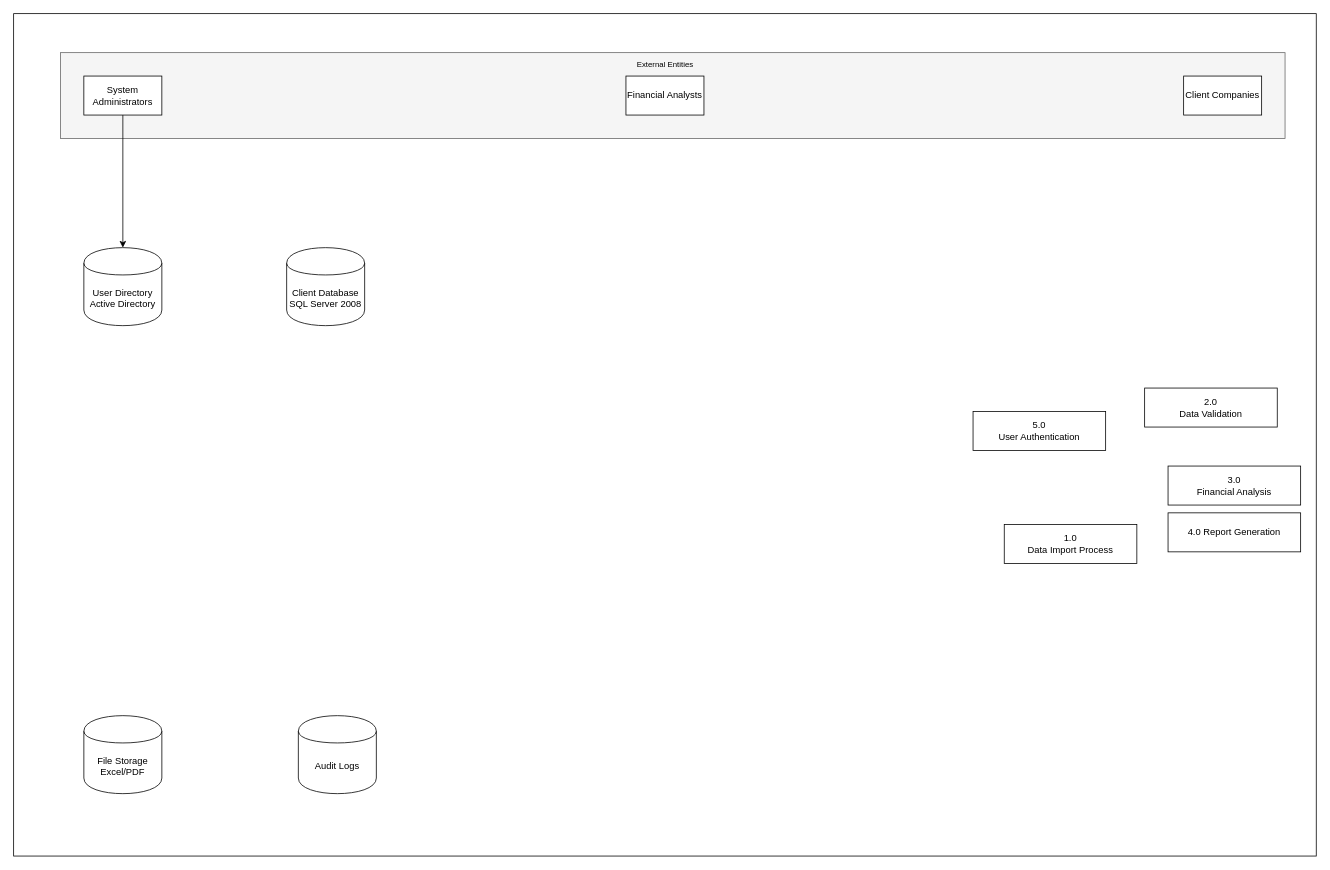
mmdc-j-abejo/draw keeps this draw.io diagram as DFD_Finmarkz.drawio. Above is the earlier version. Source tidied: cells renumbered, new cells numbered last; positions are measured from the earlier drawing's top-left corner, leaving out a move shared by most shapes. Both pictures are drawn from the tidied source at 78%, with x=0, y=0 at pixel (13, 13).
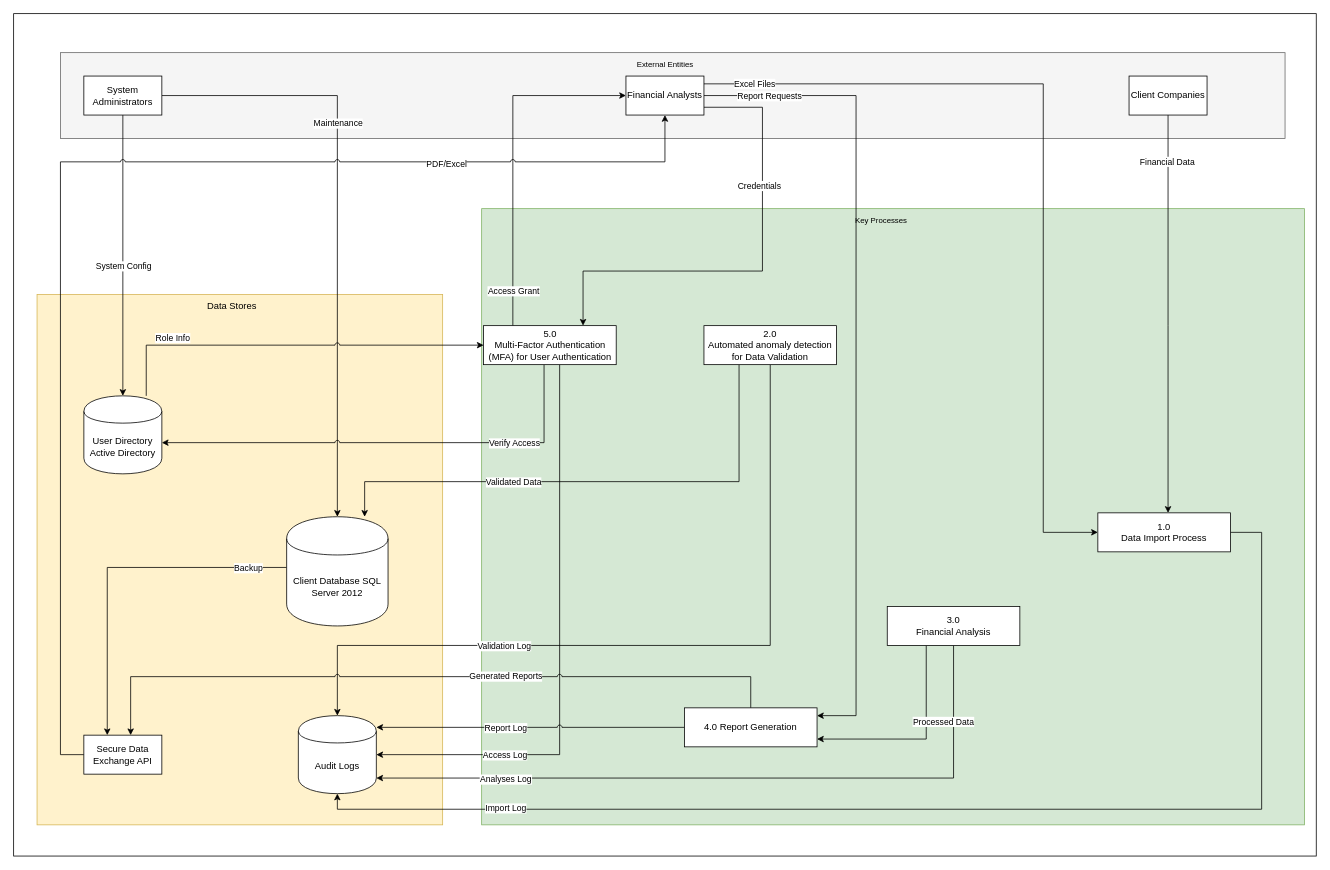
The same page after the edit.

Unchanged cells that the change refers to:
```xml
<mxCell id="4" style="edgeStyle=orthogonalEdgeStyle;rounded=0;jettySize=auto;html=1;" parent="1" edge="1" source="5" target="14">
  <mxGeometry relative="1" as="geometry" />
</mxCell>
<mxCell id="5" value="System Administrators" style="html=1;dashed=0;whiteSpace=wrap;" parent="1" vertex="1">
  <mxGeometry x="90" y="80" width="100" height="50" as="geometry" />
</mxCell>
<mxCell id="6" value="Financial Analysts" style="html=1;dashed=0;whiteSpace=wrap;" parent="1" vertex="1">
  <mxGeometry x="785" y="80" width="100" height="50" as="geometry" />
</mxCell>
<mxCell id="17" value="Audit Logs" style="shape=cylinder;whiteSpace=wrap;html=1;boundedLbl=1;backgroundOutline=1;" parent="1" vertex="1">
  <mxGeometry x="365" y="900" width="100" height="100" as="geometry" />
</mxCell>
```

Change to the diagram source:
```diff
@@
+    <mxCell id="18" style="html=1;dashed=0;whiteSpace=wrap;fillColor=#d5e8d4;strokeColor=#82b366;" parent="1" vertex="1">
+      <mxGeometry x="600" y="250" width="1055" height="790" as="geometry" />
+    </mxCell>
@@
+    <mxCell id="19" style="html=1;dashed=0;whiteSpace=wrap;fillColor=#fff2cc;strokeColor=#d6b656;" parent="1" vertex="1">
+      <mxGeometry x="30" y="360" width="520" height="680" as="geometry" />
+    </mxCell>
@@
+    <mxCell id="20" value="System Config" style="edgeLabel;html=1;align=center;verticalAlign=middle;" parent="4" vertex="1">
+      <mxGeometry x="0.07" relative="1" as="geometry" />
+    </mxCell>
+    <mxCell id="21" style="edgeStyle=orthogonalEdgeStyle;rounded=0;jettySize=auto;html=1;" parent="1" edge="1" source="5" target="15">
+      <mxGeometry relative="1" as="geometry" />
+    </mxCell>
+    <mxCell id="22" value="Maintenance" style="edgeLabel;html=1;align=center;verticalAlign=middle;" parent="21" vertex="1">
+      <mxGeometry x="-0.32" relative="1" as="geometry" />
+    </mxCell>
@@
+    <mxCell id="23" style="edgeStyle=orthogonalEdgeStyle;rounded=0;jettySize=auto;html=1;" parent="1" edge="1" source="6" target="9">
+      <mxGeometry relative="1" as="geometry">
+        <Array as="points">
+          <mxPoint x="960" y="120" />
+          <mxPoint x="960" y="330" />
+          <mxPoint x="730" y="330" />
+        </Array>
+      </mxGeometry>
+    </mxCell>
+    <mxCell id="24" value="Credentials" style="edgeLabel;html=1;align=center;verticalAlign=middle;" parent="23" vertex="1">
+      <mxGeometry x="0.19" y="1" relative="1" as="geometry">
+        <mxPoint x="58" y="-111" as="offset" />
+      </mxGeometry>
+    </mxCell>
+    <mxCell id="25" style="edgeStyle=orthogonalEdgeStyle;rounded=0;jettySize=auto;html=1;" parent="1" edge="1" source="6" target="13">
+      <mxGeometry relative="1" as="geometry">
+        <Array as="points">
+          <mxPoint x="1080" y="105" />
+          <mxPoint x="1080" y="900" />
+        </Array>
+      </mxGeometry>
+    </mxCell>
+    <mxCell id="26" value="Report Requests" style="edgeLabel;html=1;align=center;verticalAlign=middle;" parent="25" vertex="1">
+      <mxGeometry x="-0.84" relative="1" as="geometry" />
+    </mxCell>
@@
+    <mxCell id="27" style="edgeStyle=orthogonalEdgeStyle;rounded=0;jettySize=auto;html=1;" parent="1" edge="1" source="7" target="11">
+      <mxGeometry relative="1" as="geometry">
+        <Array as="points">
+          <mxPoint x="1480" y="400" />
+          <mxPoint x="1480" y="400" />
+        </Array>
+      </mxGeometry>
+    </mxCell>
+    <mxCell id="28" value="Financial Data" style="edgeLabel;html=1;align=center;verticalAlign=middle;" parent="27" vertex="1">
+      <mxGeometry x="-0.37" y="-2" relative="1" as="geometry">
+        <mxPoint y="-102" as="offset" />
+      </mxGeometry>
+    </mxCell>
+    <mxCell id="29" style="edgeStyle=orthogonalEdgeStyle;rounded=0;jettySize=auto;html=1;" parent="1" edge="1" source="6" target="11">
+      <mxGeometry relative="1" as="geometry">
+        <Array as="points">
+          <mxPoint x="1320" y="90" />
+          <mxPoint x="1320" y="665" />
+        </Array>
+      </mxGeometry>
+    </mxCell>
+    <mxCell id="30" value="Excel Files" style="edgeLabel;html=1;align=center;verticalAlign=middle;" parent="29" vertex="1">
+      <mxGeometry x="-0.66" y="1" relative="1" as="geometry">
+        <mxPoint x="-120" as="offset" />
+      </mxGeometry>
+    </mxCell>
     <mxCell id="7" value="Client Companies" style="html=1;dashed=0;whiteSpace=wrap;" parent="1" vertex="1">
-      <mxGeometry x="1500" y="80" width="100" height="50" as="geometry" />
+      <mxGeometry x="1430" y="80" width="100" height="50" as="geometry" />
     </mxCell>
@@
+    <mxCell id="31" style="edgeStyle=orthogonalEdgeStyle;rounded=0;jettySize=auto;html=1;" parent="1" edge="1" source="9" target="6">
+      <mxGeometry relative="1" as="geometry">
+        <Array as="points">
+          <mxPoint x="640" y="105" />
+        </Array>
+      </mxGeometry>
+    </mxCell>
+    <mxCell id="32" value="Access Grant" style="edgeLabel;html=1;align=center;verticalAlign=middle;" parent="31" vertex="1">
+      <mxGeometry x="-0.48" y="1" relative="1" as="geometry">
+        <mxPoint x="1" y="69" as="offset" />
+      </mxGeometry>
+    </mxCell>
+    <mxCell id="33" style="edgeStyle=orthogonalEdgeStyle;rounded=0;jettySize=auto;html=1;jumpStyle=arc;" parent="1" edge="1" source="9" target="14">
+      <mxGeometry relative="1" as="geometry">
+        <Array as="points">
+          <mxPoint x="680" y="550" />
+        </Array>
+      </mxGeometry>
+    </mxCell>
+    <mxCell id="34" value="Verify Access" style="edgeLabel;html=1;align=center;verticalAlign=middle;" parent="33" vertex="1">
+      <mxGeometry x="0.09" y="-2" relative="1" as="geometry">
+        <mxPoint x="183" y="2" as="offset" />
+      </mxGeometry>
+    </mxCell>
+    <mxCell id="35" style="edgeStyle=orthogonalEdgeStyle;rounded=0;jettySize=auto;html=1;jumpStyle=arc;" parent="1" edge="1" source="9" target="17">
+      <mxGeometry relative="1" as="geometry">
+        <Array as="points">
+          <mxPoint x="700" y="950" />
+        </Array>
+      </mxGeometry>
+    </mxCell>
+    <mxCell id="36" value="Access Log" style="edgeLabel;html=1;align=center;verticalAlign=middle;" parent="35" vertex="1">
+      <mxGeometry x="0.58" y="-4" relative="1" as="geometry">
+        <mxPoint x="10" y="4" as="offset" />
+      </mxGeometry>
+    </mxCell>
-    <mxCell id="9" value="5.0&lt;br&gt;User Authentication" style="html=1;dashed=0;whiteSpace=wrap;" parent="1" vertex="1">
-      <mxGeometry x="1230" y="510" width="170" height="50" as="geometry" />
+    <mxCell id="9" value="5.0&lt;br&gt;Multi-Factor Authentication (MFA) for User Authentication" style="html=1;dashed=0;whiteSpace=wrap;" parent="1" vertex="1">
+      <mxGeometry x="602.5" y="400" width="170" height="50" as="geometry" />
     </mxCell>
+    <mxCell id="37" style="edgeStyle=orthogonalEdgeStyle;rounded=0;jettySize=auto;html=1;" parent="1" edge="1" source="10" target="15">
+      <mxGeometry relative="1" as="geometry">
+        <Array as="points">
+          <mxPoint x="930" y="600" />
+          <mxPoint x="450" y="600" />
+        </Array>
+      </mxGeometry>
+    </mxCell>
+    <mxCell id="38" value="Validated Data" style="edgeLabel;html=1;align=center;verticalAlign=middle;" parent="37" vertex="1">
+      <mxGeometry x="-0.05" y="-3" relative="1" as="geometry">
+        <mxPoint x="-119" y="3" as="offset" />
+      </mxGeometry>
+    </mxCell>
+    <mxCell id="39" style="edgeStyle=orthogonalEdgeStyle;rounded=0;jettySize=auto;html=1;" parent="1" edge="1" source="10" target="17">
+      <mxGeometry relative="1" as="geometry">
+        <Array as="points">
+          <mxPoint x="970" y="810" />
+          <mxPoint x="415" y="810" />
+        </Array>
+      </mxGeometry>
+    </mxCell>
+    <mxCell id="40" value="Validation Log" style="edgeLabel;html=1;align=center;verticalAlign=middle;" parent="39" vertex="1">
+      <mxGeometry x="0.11" y="-1" relative="1" as="geometry">
+        <mxPoint x="-144" y="1" as="offset" />
+      </mxGeometry>
+    </mxCell>
-    <mxCell id="10" value="2.0&lt;br&gt;Data Validation" style="html=1;dashed=0;whiteSpace=wrap;" parent="1" vertex="1">
-      <mxGeometry x="1450" y="480" width="170" height="50" as="geometry" />
+    <mxCell id="10" value="2.0&lt;br&gt;Automated anomaly detection for Data Validation" style="html=1;dashed=0;whiteSpace=wrap;" parent="1" vertex="1">
+      <mxGeometry x="885" y="400" width="170" height="50" as="geometry" />
     </mxCell>
+    <mxCell id="41" style="edgeStyle=orthogonalEdgeStyle;rounded=0;jettySize=auto;html=1;" parent="1" edge="1" source="11" target="17">
+      <mxGeometry relative="1" as="geometry">
+        <Array as="points">
+          <mxPoint x="1600" y="665" />
+          <mxPoint x="1600" y="1020" />
+          <mxPoint x="415" y="1020" />
+        </Array>
+      </mxGeometry>
+    </mxCell>
+    <mxCell id="42" value="Import Log" style="edgeLabel;html=1;align=center;verticalAlign=middle;" parent="41" vertex="1">
+      <mxGeometry x="-0.81" y="-3" relative="1" as="geometry">
+        <mxPoint x="-967" y="241" as="offset" />
+      </mxGeometry>
+    </mxCell>
     <mxCell id="11" value="1.0&lt;br&gt;Data Import Process" style="html=1;dashed=0;whiteSpace=wrap;" parent="1" vertex="1">
-      <mxGeometry x="1270" y="655" width="170" height="50" as="geometry" />
+      <mxGeometry x="1390" y="640" width="170" height="50" as="geometry" />
     </mxCell>
+    <mxCell id="43" style="edgeStyle=orthogonalEdgeStyle;rounded=0;jettySize=auto;html=1;" parent="1" edge="1" source="12" target="17">
+      <mxGeometry relative="1" as="geometry">
+        <Array as="points">
+          <mxPoint x="1205" y="980" />
+        </Array>
+      </mxGeometry>
+    </mxCell>
+    <mxCell id="44" value="Analyses Log" style="edgeLabel;html=1;align=center;verticalAlign=middle;" parent="43" vertex="1">
+      <mxGeometry x="0.3" y="1" relative="1" as="geometry">
+        <mxPoint x="-153" as="offset" />
+      </mxGeometry>
+    </mxCell>
+    <mxCell id="45" style="edgeStyle=orthogonalEdgeStyle;rounded=0;jettySize=auto;html=1;" parent="1" edge="1" source="12" target="13">
+      <mxGeometry relative="1" as="geometry">
+        <Array as="points">
+          <mxPoint x="1170" y="930" />
+        </Array>
+      </mxGeometry>
+    </mxCell>
+    <mxCell id="46" value="Processed Data" style="edgeLabel;html=1;align=center;verticalAlign=middle;" parent="45" vertex="1">
+      <mxGeometry x="-0.25" y="1" relative="1" as="geometry">
+        <mxPoint x="20" y="-1" as="offset" />
+      </mxGeometry>
+    </mxCell>
     <mxCell id="12" value="3.0&lt;br&gt;Financial Analysis" style="html=1;dashed=0;whiteSpace=wrap;" parent="1" vertex="1">
-      <mxGeometry x="1480" y="580" width="170" height="50" as="geometry" />
+      <mxGeometry x="1120" y="760" width="170" height="50" as="geometry" />
     </mxCell>
+    <mxCell id="47" style="edgeStyle=orthogonalEdgeStyle;rounded=0;jettySize=auto;html=1;jumpStyle=arc;" parent="1" edge="1" source="13" target="57">
+      <mxGeometry relative="1" as="geometry">
+        <Array as="points">
+          <mxPoint x="945" y="850" />
+          <mxPoint x="150" y="850" />
+        </Array>
+      </mxGeometry>
+    </mxCell>
+    <mxCell id="48" value="Generated Reports" style="edgeLabel;html=1;align=center;verticalAlign=middle;" parent="47" vertex="1">
+      <mxGeometry x="-0.58" y="-1" relative="1" as="geometry">
+        <mxPoint x="-164" as="offset" />
+      </mxGeometry>
+    </mxCell>
+    <mxCell id="49" style="edgeStyle=orthogonalEdgeStyle;rounded=0;jettySize=auto;html=1;jumpStyle=arc;" parent="1" edge="1" source="13" target="17">
+      <mxGeometry relative="1" as="geometry">
+        <Array as="points">
+          <mxPoint x="560" y="915" />
+          <mxPoint x="560" y="915" />
+        </Array>
+      </mxGeometry>
+    </mxCell>
+    <mxCell id="50" value="Report Log" style="edgeLabel;html=1;align=center;verticalAlign=middle;" parent="49" vertex="1">
+      <mxGeometry x="0.55" relative="1" as="geometry">
+        <mxPoint x="76" as="offset" />
+      </mxGeometry>
+    </mxCell>
     <mxCell id="13" value="4.0 Report Generation" style="html=1;dashed=0;whiteSpace=wrap;" parent="1" vertex="1">
-      <mxGeometry x="1480" y="640" width="170" height="50" as="geometry" />
+      <mxGeometry x="860" y="890" width="170" height="50" as="geometry" />
     </mxCell>
     <mxCell id="14" value="User Directory Active Directory" style="shape=cylinder;whiteSpace=wrap;html=1;boundedLbl=1;backgroundOutline=1;" parent="1" vertex="1">
-      <mxGeometry x="90" y="300" width="100" height="100" as="geometry" />
+      <mxGeometry x="90" y="490" width="100" height="100" as="geometry" />
     </mxCell>
+    <mxCell id="51" style="edgeStyle=orthogonalEdgeStyle;rounded=0;jettySize=auto;html=1;jumpStyle=arc;" parent="1" edge="1" source="14" target="9">
+      <mxGeometry relative="1" as="geometry">
+        <Array as="points">
+          <mxPoint x="170" y="425" />
+        </Array>
+      </mxGeometry>
+    </mxCell>
+    <mxCell id="52" value="Role Info" style="edgeLabel;html=1;align=center;verticalAlign=middle;" parent="51" vertex="1">
+      <mxGeometry x="-0.01" y="2" relative="1" as="geometry">
+        <mxPoint x="-148" y="-8" as="offset" />
+      </mxGeometry>
+    </mxCell>
+    <mxCell id="53" style="edgeStyle=orthogonalEdgeStyle;rounded=0;jettySize=auto;html=1;" parent="1" edge="1" source="15" target="57">
+      <mxGeometry relative="1" as="geometry">
+        <Array as="points">
+          <mxPoint x="120" y="710" />
+        </Array>
+      </mxGeometry>
+    </mxCell>
+    <mxCell id="54" value="Backup" style="edgeLabel;html=1;align=center;verticalAlign=middle;" parent="53" vertex="1">
+      <mxGeometry x="-0.84" y="2" relative="1" as="geometry">
+        <mxPoint x="-14" y="-2" as="offset" />
+      </mxGeometry>
+    </mxCell>
-    <mxCell id="15" value="Client Database SQL Server 2008" style="shape=cylinder;whiteSpace=wrap;html=1;boundedLbl=1;backgroundOutline=1;" parent="1" vertex="1">
-      <mxGeometry x="350" y="300" width="100" height="100" as="geometry" />
+    <mxCell id="15" value="Client Database SQL Server 2012" style="shape=cylinder;whiteSpace=wrap;html=1;boundedLbl=1;backgroundOutline=1;" parent="1" vertex="1">
+      <mxGeometry x="350" y="645" width="130" height="140" as="geometry" />
     </mxCell>
-    <mxCell id="16" value="File Storage Excel/PDF" style="shape=cylinder;whiteSpace=wrap;html=1;boundedLbl=1;backgroundOutline=1;" parent="1" vertex="1">
-      <mxGeometry x="90" y="900" width="100" height="100" as="geometry" />
-    </mxCell>
@@
+    <mxCell id="55" style="edgeStyle=orthogonalEdgeStyle;rounded=0;jettySize=auto;html=1;jumpStyle=arc;" parent="1" edge="1" source="57" target="6">
+      <mxGeometry relative="1" as="geometry">
+        <Array as="points">
+          <mxPoint x="60" y="950" />
+          <mxPoint x="60" y="190" />
+          <mxPoint x="835" y="190" />
+        </Array>
+      </mxGeometry>
+    </mxCell>
+    <mxCell id="56" value="PDF/Excel" style="edgeLabel;html=1;align=center;verticalAlign=middle;" parent="55" vertex="1">
+      <mxGeometry x="0.58" y="-2" relative="1" as="geometry" />
+    </mxCell>
+    <mxCell id="57" value="Secure Data Exchange API" style="html=1;dashed=0;whiteSpace=wrap;" parent="1" vertex="1">
+      <mxGeometry x="90" y="925" width="100" height="50" as="geometry" />
+    </mxCell>
+    <mxCell id="58" value="Data Stores" style="text;html=1;align=center;verticalAlign=middle;whiteSpace=wrap;rounded=0;" parent="1" vertex="1">
+      <mxGeometry x="240" y="360" width="80" height="30" as="geometry" />
+    </mxCell>
+    <mxCell id="59" value="Key Processes" style="text;html=1;align=center;verticalAlign=middle;whiteSpace=wrap;rounded=0;fontStyle=0;fontSize=10;" parent="1" vertex="1">
+      <mxGeometry x="1050" y="250" width="125" height="30" as="geometry" />
+    </mxCell>
```
